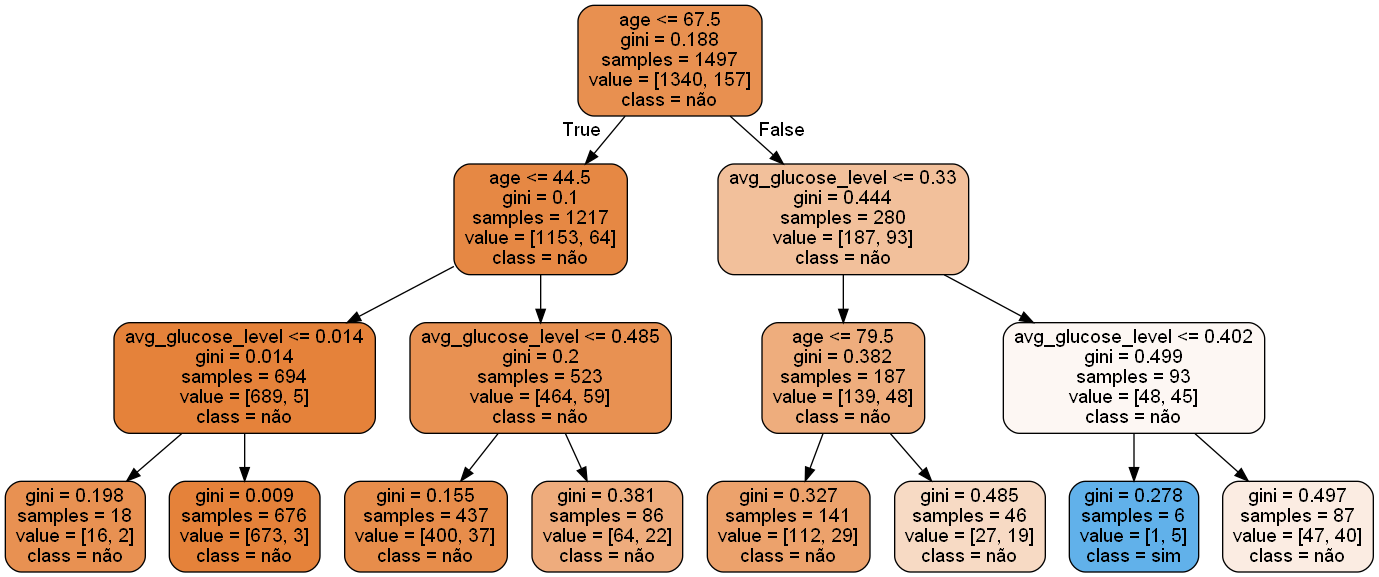
Earlier version of the Graphviz export test.gv.png (DarlanNoetzold/StrokePrediction). Its source is kept beside it as test.gv. Source of this version:
```dot
digraph Tree {
node [shape=box, style="filled, rounded", color="black", fontname=helvetica] ;
edge [fontname=helvetica] ;
0 [label="age <= 67.5\ngini = 0.188\nsamples = 1497\nvalue = [1340, 157]\nclass = não", fillcolor="#e89050"] ;
1 [label="age <= 44.5\ngini = 0.1\nsamples = 1217\nvalue = [1153, 64]\nclass = não", fillcolor="#e68844"] ;
0 -> 1 [labeldistance=2.5, labelangle=45, headlabel="True"] ;
2 [label="avg_glucose_level <= 0.014\ngini = 0.014\nsamples = 694\nvalue = [689, 5]\nclass = não", fillcolor="#e5823a"] ;
1 -> 2 ;
3 [label="gini = 0.198\nsamples = 18\nvalue = [16, 2]\nclass = não", fillcolor="#e89152"] ;
2 -> 3 ;
4 [label="gini = 0.009\nsamples = 676\nvalue = [673, 3]\nclass = não", fillcolor="#e5823a"] ;
2 -> 4 ;
5 [label="avg_glucose_level <= 0.485\ngini = 0.2\nsamples = 523\nvalue = [464, 59]\nclass = não", fillcolor="#e89152"] ;
1 -> 5 ;
6 [label="gini = 0.155\nsamples = 437\nvalue = [400, 37]\nclass = não", fillcolor="#e78d4b"] ;
5 -> 6 ;
7 [label="gini = 0.381\nsamples = 86\nvalue = [64, 22]\nclass = não", fillcolor="#eeac7d"] ;
5 -> 7 ;
8 [label="avg_glucose_level <= 0.33\ngini = 0.444\nsamples = 280\nvalue = [187, 93]\nclass = não", fillcolor="#f2c09b"] ;
0 -> 8 [labeldistance=2.5, labelangle=-45, headlabel="False"] ;
9 [label="age <= 79.5\ngini = 0.382\nsamples = 187\nvalue = [139, 48]\nclass = não", fillcolor="#eead7d"] ;
8 -> 9 ;
10 [label="gini = 0.327\nsamples = 141\nvalue = [112, 29]\nclass = não", fillcolor="#eca26c"] ;
9 -> 10 ;
11 [label="gini = 0.485\nsamples = 46\nvalue = [27, 19]\nclass = não", fillcolor="#f7dac4"] ;
9 -> 11 ;
12 [label="avg_glucose_level <= 0.402\ngini = 0.499\nsamples = 93\nvalue = [48, 45]\nclass = não", fillcolor="#fdf7f3"] ;
8 -> 12 ;
13 [label="gini = 0.278\nsamples = 6\nvalue = [1, 5]\nclass = sim", fillcolor="#61b1ea"] ;
12 -> 13 ;
14 [label="gini = 0.497\nsamples = 87\nvalue = [47, 40]\nclass = não", fillcolor="#fbece2"] ;
12 -> 14 ;
}
```
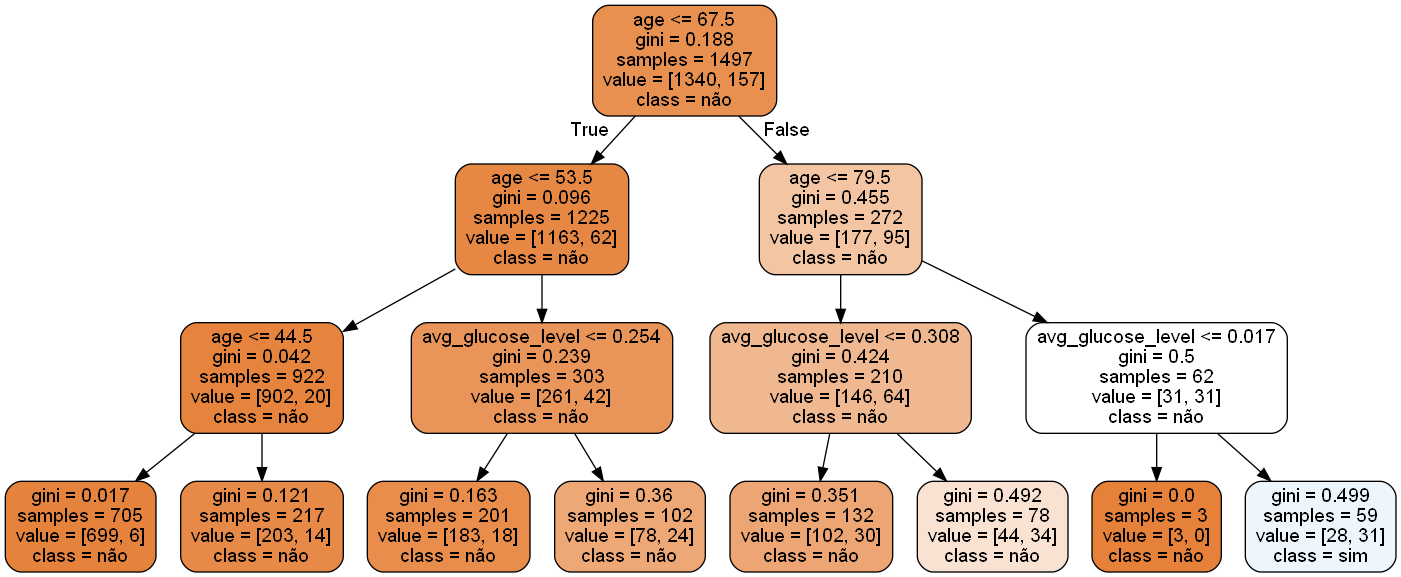
The same file after the commit.

What changed in the source:
```diff
@@ -2,32 +2,32 @@
 node [shape=box, style="filled, rounded", color="black", fontname=helvetica] ;
 edge [fontname=helvetica] ;
 0 [label="age <= 67.5\ngini = 0.188\nsamples = 1497\nvalue = [1340, 157]\nclass = não", fillcolor="#e89050"] ;
-1 [label="age <= 44.5\ngini = 0.1\nsamples = 1217\nvalue = [1153, 64]\nclass = não", fillcolor="#e68844"] ;
+1 [label="age <= 53.5\ngini = 0.096\nsamples = 1225\nvalue = [1163, 62]\nclass = não", fillcolor="#e68844"] ;
 0 -> 1 [labeldistance=2.5, labelangle=45, headlabel="True"] ;
-2 [label="avg_glucose_level <= 0.014\ngini = 0.014\nsamples = 694\nvalue = [689, 5]\nclass = não", fillcolor="#e5823a"] ;
+2 [label="age <= 44.5\ngini = 0.042\nsamples = 922\nvalue = [902, 20]\nclass = não", fillcolor="#e6843d"] ;
 1 -> 2 ;
-3 [label="gini = 0.198\nsamples = 18\nvalue = [16, 2]\nclass = não", fillcolor="#e89152"] ;
+3 [label="gini = 0.017\nsamples = 705\nvalue = [699, 6]\nclass = não", fillcolor="#e5823b"] ;
 2 -> 3 ;
-4 [label="gini = 0.009\nsamples = 676\nvalue = [673, 3]\nclass = não", fillcolor="#e5823a"] ;
+4 [label="gini = 0.121\nsamples = 217\nvalue = [203, 14]\nclass = não", fillcolor="#e78a47"] ;
 2 -> 4 ;
-5 [label="avg_glucose_level <= 0.485\ngini = 0.2\nsamples = 523\nvalue = [464, 59]\nclass = não", fillcolor="#e89152"] ;
+5 [label="avg_glucose_level <= 0.254\ngini = 0.239\nsamples = 303\nvalue = [261, 42]\nclass = não", fillcolor="#e99559"] ;
 1 -> 5 ;
-6 [label="gini = 0.155\nsamples = 437\nvalue = [400, 37]\nclass = não", fillcolor="#e78d4b"] ;
+6 [label="gini = 0.163\nsamples = 201\nvalue = [183, 18]\nclass = não", fillcolor="#e88d4c"] ;
 5 -> 6 ;
-7 [label="gini = 0.381\nsamples = 86\nvalue = [64, 22]\nclass = não", fillcolor="#eeac7d"] ;
+7 [label="gini = 0.36\nsamples = 102\nvalue = [78, 24]\nclass = não", fillcolor="#eda876"] ;
 5 -> 7 ;
-8 [label="avg_glucose_level <= 0.33\ngini = 0.444\nsamples = 280\nvalue = [187, 93]\nclass = não", fillcolor="#f2c09b"] ;
+8 [label="age <= 79.5\ngini = 0.455\nsamples = 272\nvalue = [177, 95]\nclass = não", fillcolor="#f3c5a3"] ;
 0 -> 8 [labeldistance=2.5, labelangle=-45, headlabel="False"] ;
-9 [label="age <= 79.5\ngini = 0.382\nsamples = 187\nvalue = [139, 48]\nclass = não", fillcolor="#eead7d"] ;
+9 [label="avg_glucose_level <= 0.308\ngini = 0.424\nsamples = 210\nvalue = [146, 64]\nclass = não", fillcolor="#f0b890"] ;
 8 -> 9 ;
-10 [label="gini = 0.327\nsamples = 141\nvalue = [112, 29]\nclass = não", fillcolor="#eca26c"] ;
+10 [label="gini = 0.351\nsamples = 132\nvalue = [102, 30]\nclass = não", fillcolor="#eda673"] ;
 9 -> 10 ;
-11 [label="gini = 0.485\nsamples = 46\nvalue = [27, 19]\nclass = não", fillcolor="#f7dac4"] ;
+11 [label="gini = 0.492\nsamples = 78\nvalue = [44, 34]\nclass = não", fillcolor="#f9e2d2"] ;
 9 -> 11 ;
-12 [label="avg_glucose_level <= 0.402\ngini = 0.499\nsamples = 93\nvalue = [48, 45]\nclass = não", fillcolor="#fdf7f3"] ;
+12 [label="avg_glucose_level <= 0.017\ngini = 0.5\nsamples = 62\nvalue = [31, 31]\nclass = não", fillcolor="#ffffff"] ;
 8 -> 12 ;
-13 [label="gini = 0.278\nsamples = 6\nvalue = [1, 5]\nclass = sim", fillcolor="#61b1ea"] ;
+13 [label="gini = 0.0\nsamples = 3\nvalue = [3, 0]\nclass = não", fillcolor="#e58139"] ;
 12 -> 13 ;
-14 [label="gini = 0.497\nsamples = 87\nvalue = [47, 40]\nclass = não", fillcolor="#fbece2"] ;
+14 [label="gini = 0.499\nsamples = 59\nvalue = [28, 31]\nclass = sim", fillcolor="#ecf6fc"] ;
 12 -> 14 ;
 }
```
